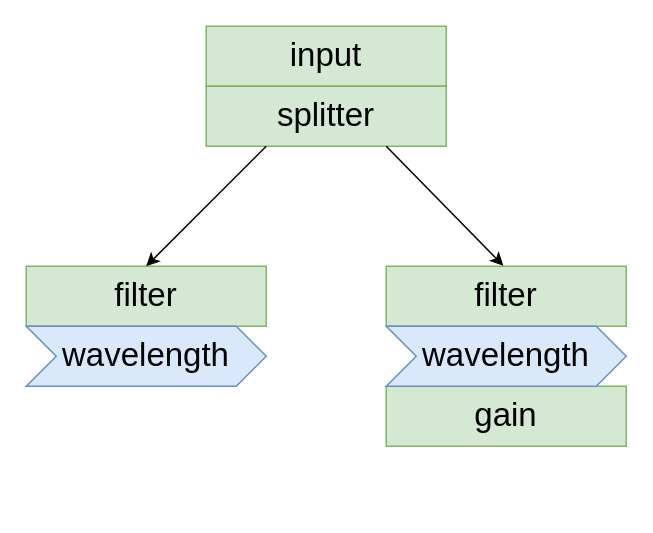
The draw.io diagram figures/drawio/signal_proc.drawio in Dherse/masterproef, before the edit. Source tidied: cells renumbered, new cells numbered last; positions are measured from the earlier drawing's top-left corner, leaving out a move shared by most shapes. Both pictures are drawn from the tidied source at 150%, with x=0, y=0 at pixel (26, 26).
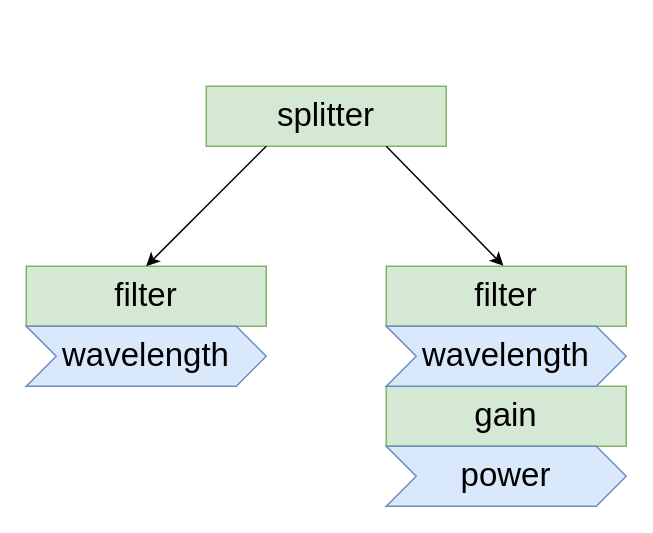
The same diagram, later.

The edit, as a diff of the source:
```diff
@@
 <mxGraphModel>
   <root>
     <mxCell id="0" />
     <mxCell id="1" parent="0" />
-    <mxCell id="2" value="input" style="rounded=0;whiteSpace=wrap;html=1;fontFamily=UGent Panno Text;fontSize=22;fillColor=#d5e8d4;strokeColor=#82b366;" parent="1" vertex="1">
-      <mxGeometry x="120" width="160" height="40" as="geometry" />
-    </mxCell>
     <mxCell id="3" value="splitter" style="rounded=0;whiteSpace=wrap;html=1;fontFamily=UGent Panno Text;fontSize=22;fillColor=#d5e8d4;strokeColor=#82b366;" parent="1" vertex="1">
       <mxGeometry x="120" y="40" width="160" height="40" as="geometry" />
     </mxCell>
     <mxCell id="4" value="filter" style="rounded=0;whiteSpace=wrap;html=1;fontFamily=UGent Panno Text;fontSize=22;fillColor=#d5e8d4;strokeColor=#82b366;" parent="1" vertex="1">
       <mxGeometry y="160" width="160" height="40" as="geometry" />
     </mxCell>
     <mxCell id="5" value="filter" style="rounded=0;whiteSpace=wrap;html=1;fontFamily=UGent Panno Text;fontSize=22;fillColor=#d5e8d4;strokeColor=#82b366;" parent="1" vertex="1">
       <mxGeometry x="240" y="160" width="160" height="40" as="geometry" />
     </mxCell>
     <mxCell id="6" style="endArrow=classic;html=1;rounded=0;fontFamily=UGent Panno Text;fontSize=22;fontColor=default;exitX=0.25;exitY=1;exitDx=0;exitDy=0;entryX=0.5;entryY=0;entryDx=0;entryDy=0;" parent="1" edge="1" source="3" target="4">
       <mxGeometry relative="1" as="geometry" />
     </mxCell>
     <mxCell id="7" style="endArrow=classic;html=1;rounded=0;fontFamily=UGent Panno Text;fontSize=22;fontColor=default;exitX=0.75;exitY=1;exitDx=0;exitDy=0;entryX=0.488;entryY=-0.008;entryDx=0;entryDy=0;entryPerimeter=0;" parent="1" edge="1" source="3" target="5">
       <mxGeometry relative="1" as="geometry" />
     </mxCell>
     <mxCell id="8" value="gain" style="rounded=0;whiteSpace=wrap;html=1;fontFamily=UGent Panno Text;fontSize=22;fillColor=#d5e8d4;strokeColor=#82b366;" parent="1" vertex="1">
       <mxGeometry x="240" y="240" width="160" height="40" as="geometry" />
     </mxCell>
     <mxCell id="9" value="wavelength" style="shape=step;perimeter=stepPerimeter;whiteSpace=wrap;html=1;fixedSize=1;rounded=0;strokeColor=#6c8ebf;fontFamily=UGent Panno Text;fontSize=22;fillColor=#dae8fc;" parent="1" vertex="1">
       <mxGeometry y="200" width="160" height="40" as="geometry" />
     </mxCell>
     <mxCell id="10" value="wavelength" style="shape=step;perimeter=stepPerimeter;whiteSpace=wrap;html=1;fixedSize=1;rounded=0;strokeColor=#6c8ebf;fontFamily=UGent Panno Text;fontSize=22;fillColor=#dae8fc;" parent="1" vertex="1">
       <mxGeometry x="240" y="200" width="160" height="40" as="geometry" />
     </mxCell>
+    <mxCell id="11" value="power" style="shape=step;perimeter=stepPerimeter;whiteSpace=wrap;html=1;fixedSize=1;rounded=0;strokeColor=#6c8ebf;fontFamily=UGent Panno Text;fontSize=22;fillColor=#dae8fc;" parent="1" vertex="1">
+      <mxGeometry x="240" y="280" width="160" height="40" as="geometry" />
+    </mxCell>
   </root>
 </mxGraphModel>
```
